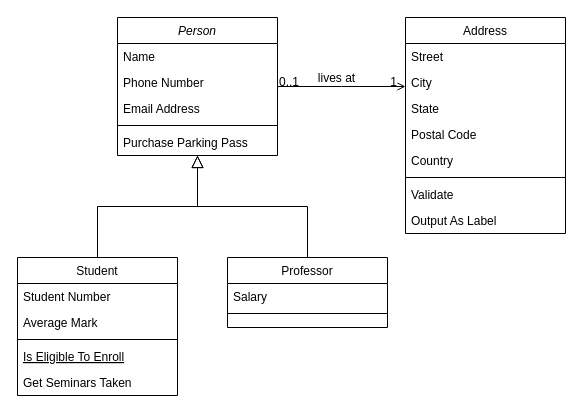
This is Assets/UML Diagram.drawio from Astrophsica/AlienAttack, a draw.io file, before an edit. Source tidied: cells renumbered, new cells numbered last; positions are measured from the earlier drawing's top-left corner, leaving out a move shared by most shapes. Both pictures are drawn from the tidied source at 100%, with x=0, y=0 at pixel (17, 17).
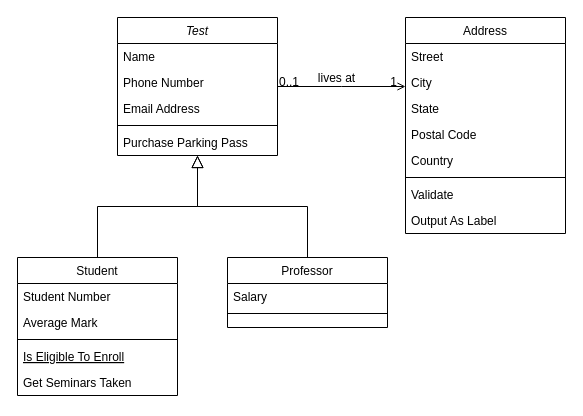
The same diagram, later.

Change to the diagram source:
```diff
@@
-    <mxCell id="2" value="Person" style="swimlane;fontStyle=2;align=center;verticalAlign=top;horizontal=1;startSize=26;rounded=0;shadow=0;strokeWidth=1;" parent="1" vertex="1">
+    <mxCell id="2" value="Test" style="swimlane;fontStyle=2;align=center;verticalAlign=top;horizontal=1;startSize=26;rounded=0;shadow=0;strokeWidth=1;" parent="1" vertex="1">
       <mxGeometry x="100" width="160" height="138" as="geometry" />
     </mxCell>
```
